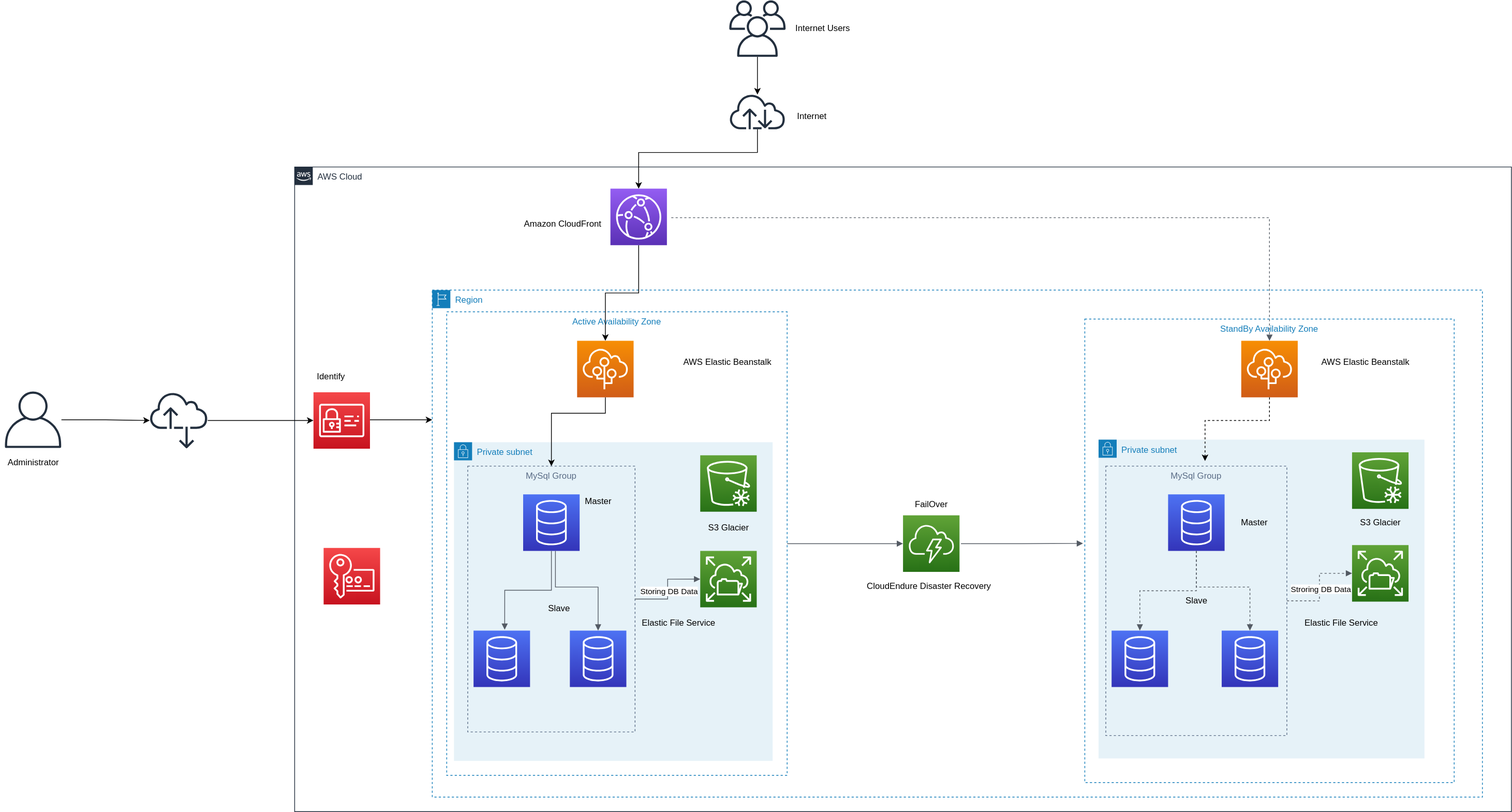
Before: Untitled Diagram.svg, a diagram exported from draw.io (blueskybluesea/practical). Source tidied: cells renumbered, new cells last; positions are measured from the earlier drawing's top-left corner, leaving out a move shared by most shapes.
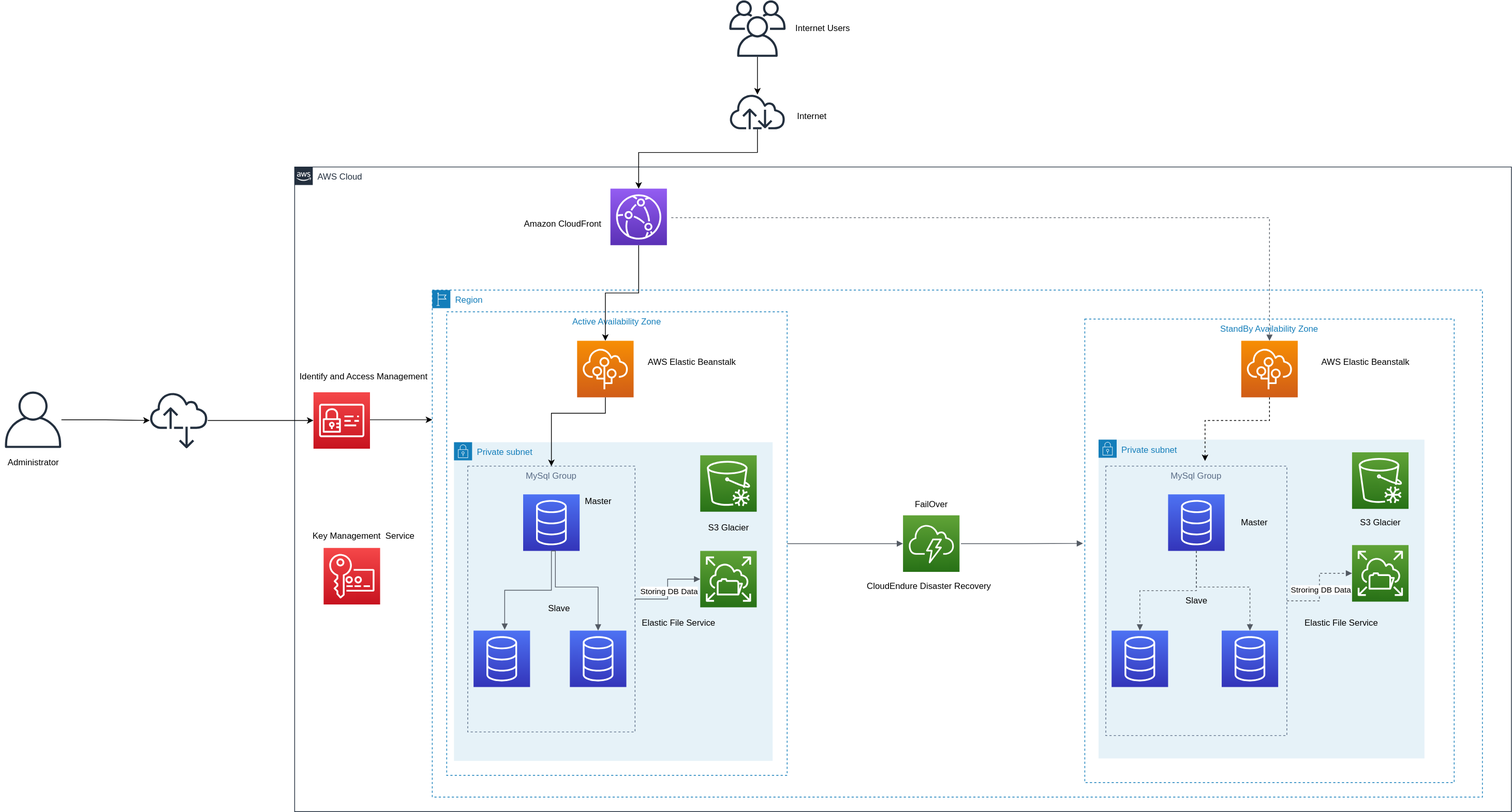
The same diagram one commit later.

The edit, as a diff of the source:
```diff
@@ -84,7 +84,7 @@
       <mxGeometry x="1713" y="470" width="78" height="78" as="geometry" />
     </mxCell>
     <mxCell id="25" value="AWS Elastic Beanstalk&amp;nbsp;" style="text;html=1;align=center;verticalAlign=middle;fillColor=none;strokeColor=none;rounded=0;" parent="1" vertex="1">
-      <mxGeometry x="935" y="490" width="140" height="20" as="geometry" />
+      <mxGeometry x="886" y="490" width="140" height="20" as="geometry" />
     </mxCell>
     <mxCell id="26" value="MySql Group" style="fillColor=none;strokeColor=#5A6C86;dashed=1;verticalAlign=top;fontStyle=0;fontColor=#5A6C86;" parent="1" vertex="1">
       <mxGeometry x="1526" y="643" width="250" height="372" as="geometry" />
@@ -139,8 +139,8 @@
     <mxCell id="39" style="outlineConnect=0;fontColor=#232F3E;gradientColor=none;fillColor=#232F3E;strokeColor=none;dashed=0;verticalLabelPosition=bottom;verticalAlign=top;align=center;html=1;fontSize=12;fontStyle=0;shape=mxgraph.aws4.internet_alt2;" parent="1" vertex="1">
       <mxGeometry x="206" y="540" width="80" height="80" as="geometry" />
     </mxCell>
-    <mxCell id="40" value="Identify" style="text;html=1;align=center;verticalAlign=middle;fillColor=none;strokeColor=none;rounded=0;" parent="1" vertex="1">
-      <mxGeometry x="431" y="510" width="50" height="20" as="geometry" />
+    <mxCell id="40" value="Identify and Access Management" style="text;html=1;align=center;verticalAlign=middle;fillColor=none;strokeColor=none;rounded=0;" parent="1" vertex="1">
+      <mxGeometry x="406" y="510" width="190" height="20" as="geometry" />
     </mxCell>
     <mxCell id="41" style="fontColor=#232F3E;gradientColor=#F54749;gradientDirection=north;fillColor=#C7131F;strokeColor=#ffffff;dashed=0;verticalLabelPosition=bottom;verticalAlign=top;align=center;html=1;fontSize=12;fontStyle=0;shape=mxgraph.aws4.resourceIcon;resIcon=mxgraph.aws4.key_management_service;" parent="1" vertex="1">
       <mxGeometry x="446" y="756" width="78" height="78" as="geometry" />
@@ -231,5 +231,8 @@
     <mxCell id="65" value="CloudEndure Disaster Recovery &amp;nbsp;" style="text;html=1;align=center;verticalAlign=middle;fillColor=none;strokeColor=none;rounded=0;" parent="1" vertex="1">
       <mxGeometry x="1190" y="799" width="190" height="20" as="geometry" />
     </mxCell>
+    <mxCell id="66" value="Key Management &amp;nbsp;Service" style="text;html=1;align=center;verticalAlign=middle;fillColor=none;strokeColor=none;rounded=0;" parent="1" vertex="1">
+      <mxGeometry x="421" y="730" width="160" height="20" as="geometry" />
+    </mxCell>
   </root>
 </mxGraphModel>
```
